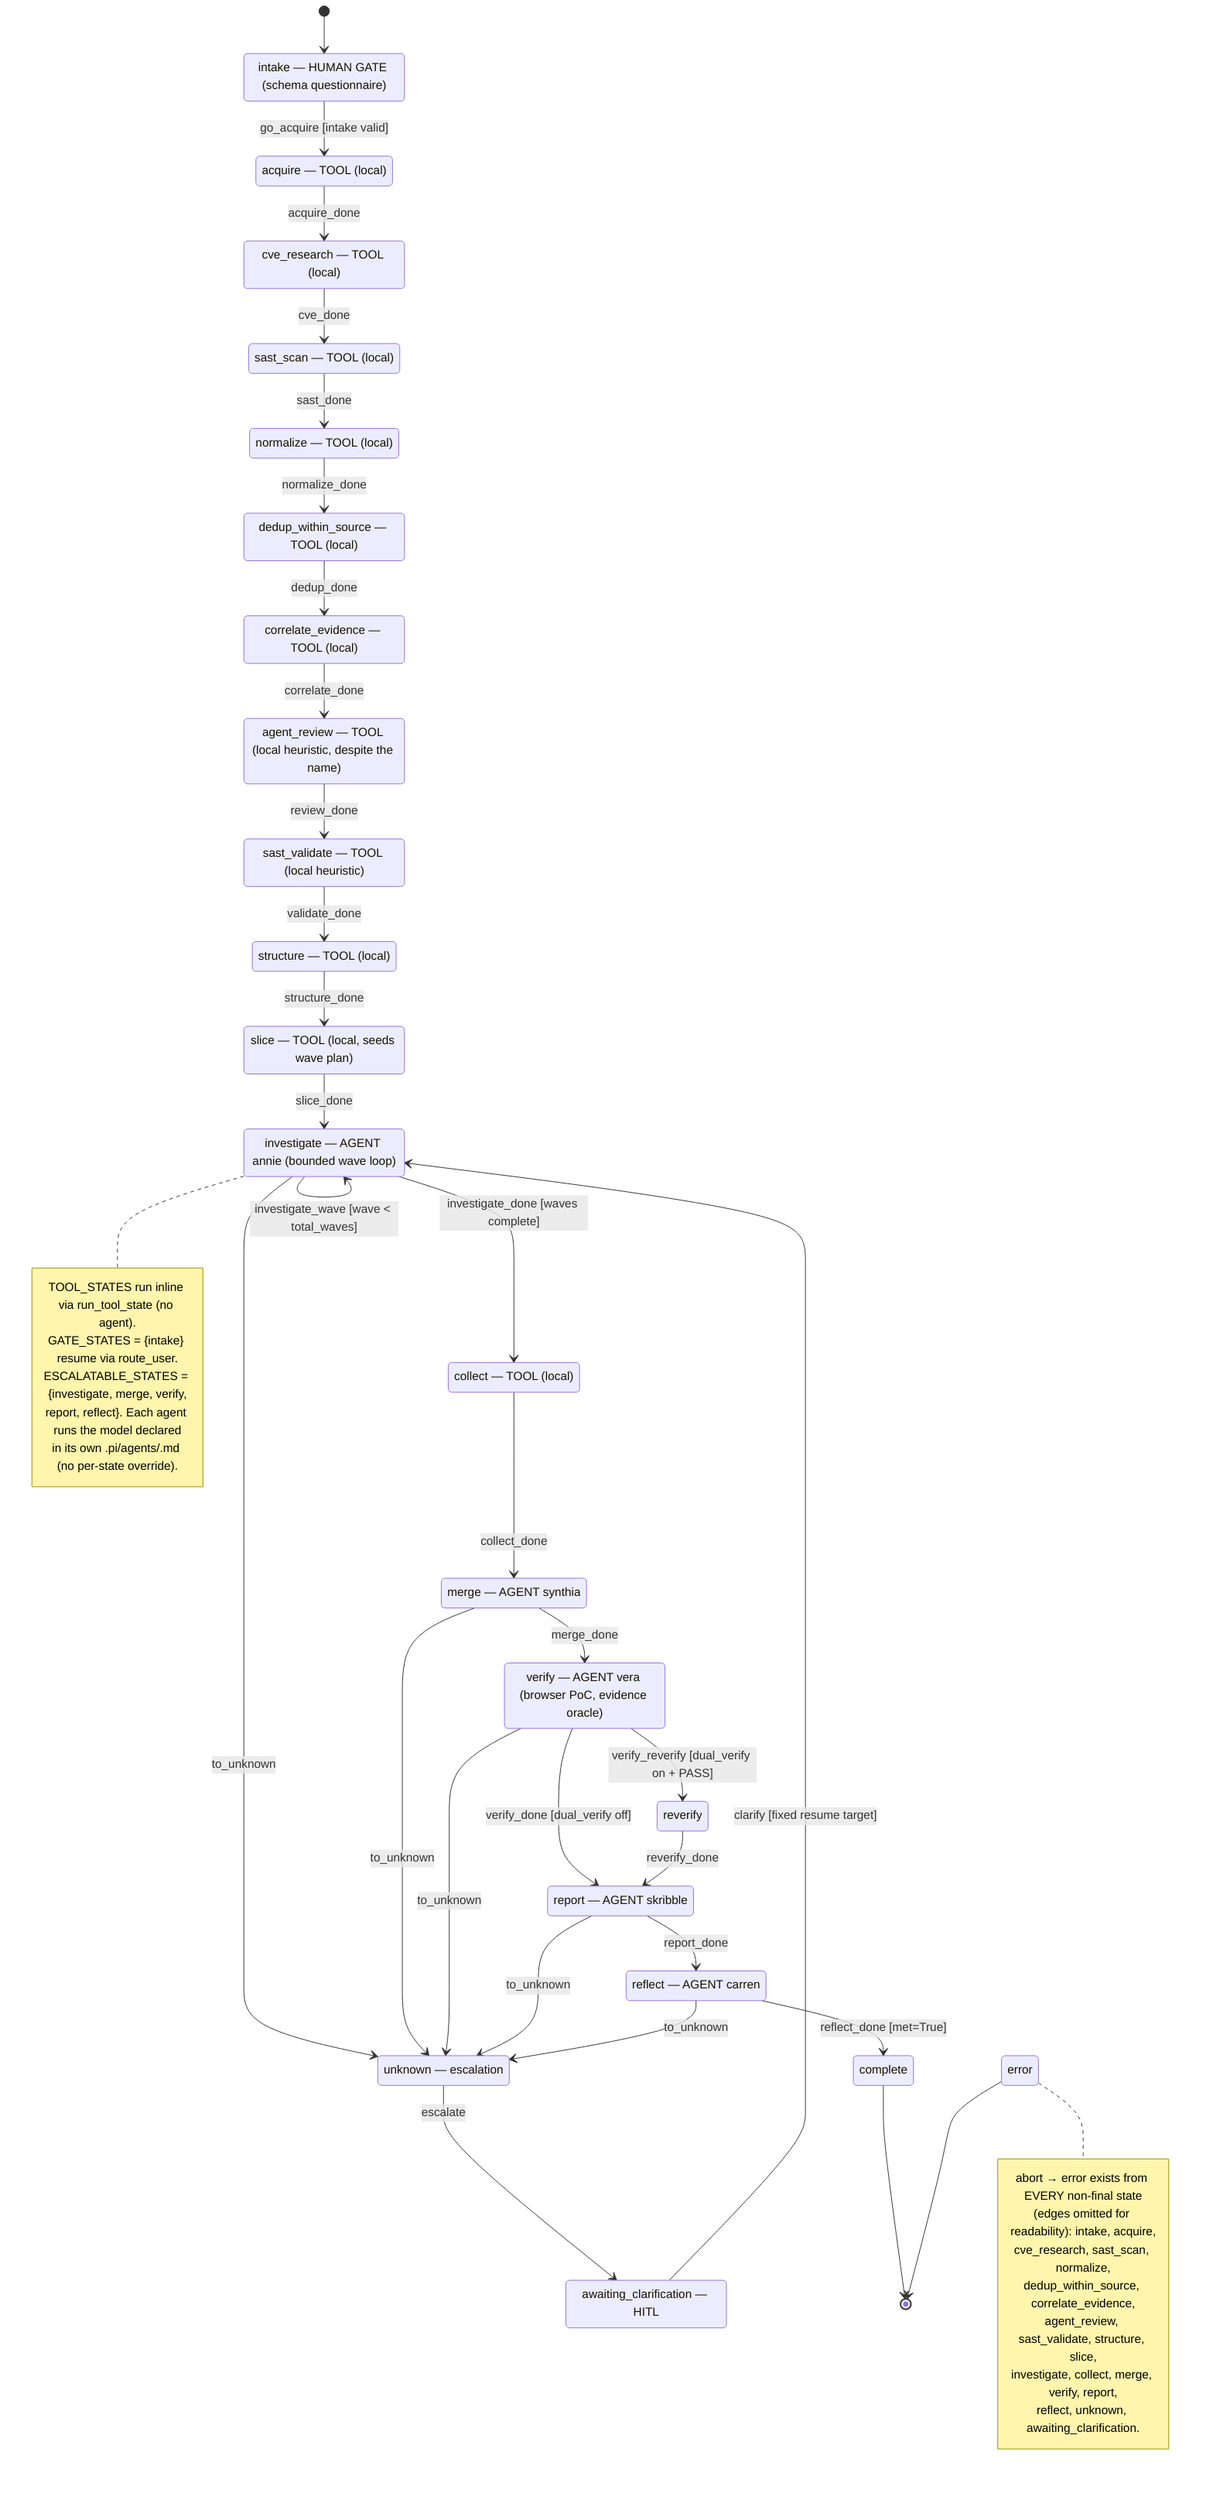
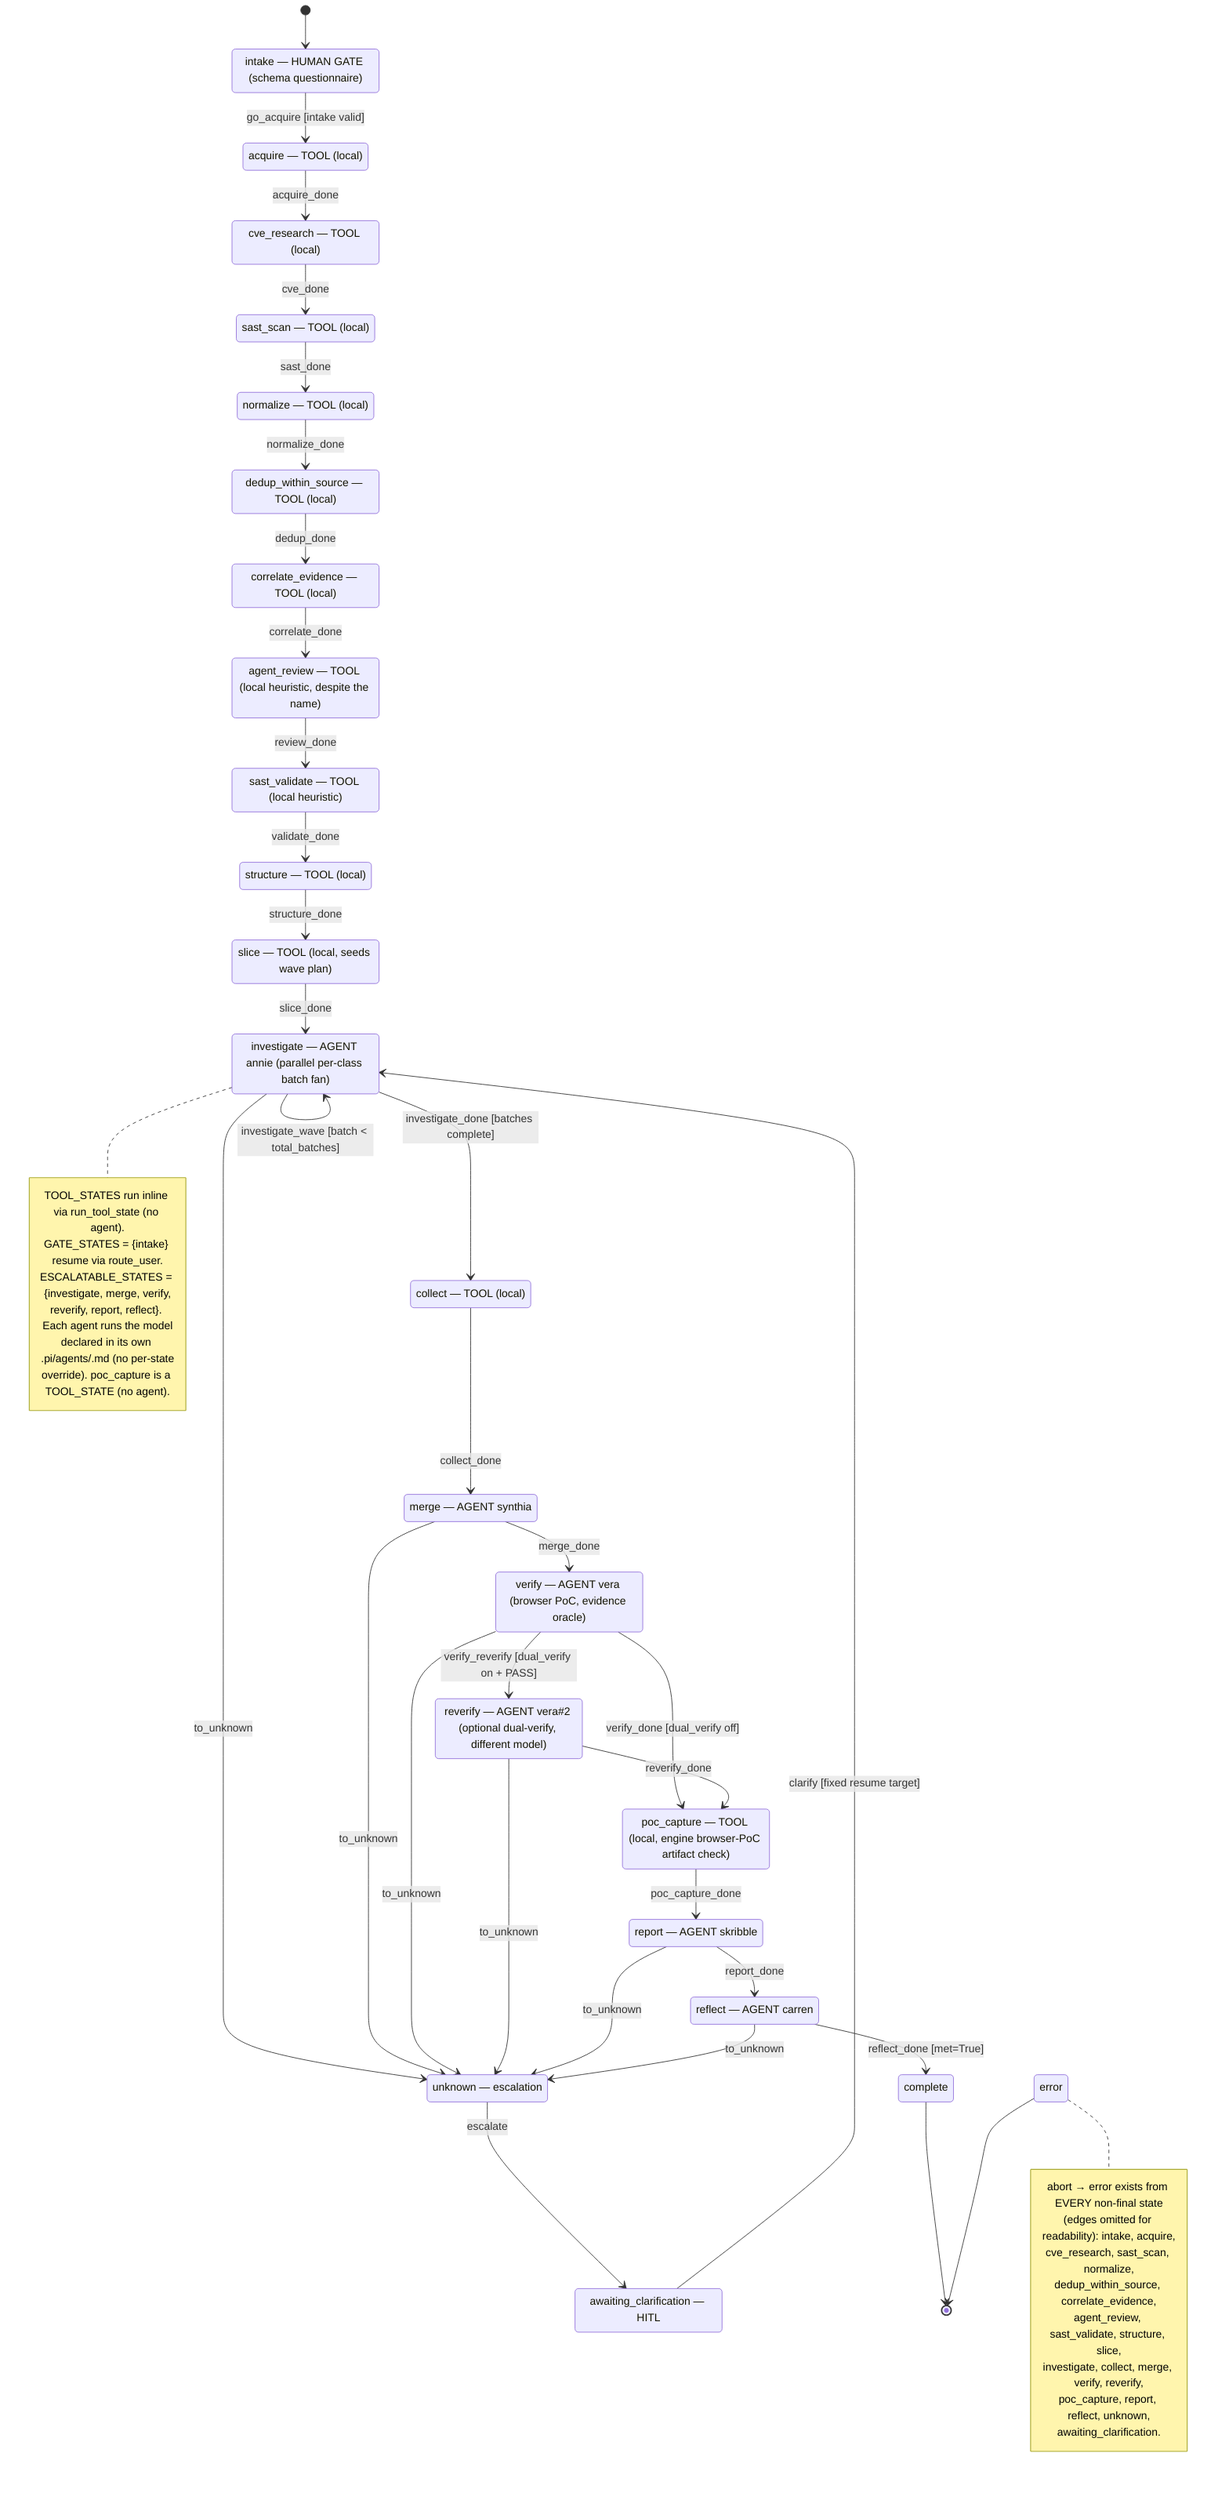
%% jsa FSM — edge-for-edge port of JSAMachine in
%% apps/orchestration/src/orchestration/playbooks/jsa.py
%% State IDs are the verbatim FSM state names. Edge labels are the verbatim
%% FSM event names; [guards] annotate the routing conditions.
stateDiagram-v2
    direction TB

    [*] --> intake

    state "intake — HUMAN GATE (schema questionnaire)" as intake
    state "acquire — TOOL (local)" as acquire
    state "cve_research — TOOL (local)" as cve_research
    state "sast_scan — TOOL (local)" as sast_scan
    state "normalize — TOOL (local)" as normalize
    state "dedup_within_source — TOOL (local)" as dedup_within_source
    state "correlate_evidence — TOOL (local)" as correlate_evidence
    state "agent_review — TOOL (local heuristic, despite the name)" as agent_review
    state "sast_validate — TOOL (local heuristic)" as sast_validate
    state "structure — TOOL (local)" as structure
    state "slice — TOOL (local, seeds wave plan)" as slice
-     state "investigate — AGENT annie (bounded wave loop)" as investigate
+     state "investigate — AGENT annie (parallel per-class batch fan)" as investigate
    state "collect — TOOL (local)" as collect
    state "merge — AGENT synthia" as merge
    state "verify — AGENT vera (browser PoC, evidence oracle)" as verify
+     state "reverify — AGENT vera#2 (optional dual-verify, different model)" as reverify
+     state "poc_capture — TOOL (local, engine browser-PoC artifact check)" as poc_capture
    state "report — AGENT skribble" as report
    state "reflect — AGENT carren" as reflect
    state "unknown — escalation" as unknown
    state "awaiting_clarification — HITL" as awaiting_clarification
    state "complete" as complete
    state "error" as error

    %% Deterministic linear pipeline (one event each)
    intake --> acquire : go_acquire [intake valid]
    acquire --> cve_research : acquire_done
    cve_research --> sast_scan : cve_done
    sast_scan --> normalize : sast_done
    normalize --> dedup_within_source : normalize_done
    dedup_within_source --> correlate_evidence : dedup_done
    correlate_evidence --> agent_review : correlate_done
    agent_review --> sast_validate : review_done
    sast_validate --> structure : validate_done
    structure --> slice : structure_done
    slice --> investigate : slice_done

-     %% INVESTIGATE bounded wave loop
-     investigate --> investigate : investigate_wave [wave < total_waves]
-     %% total_waves = ceil(needs_llm / wave_size); wave_size is a tunable Budget
-     %% (constraints.wave_size, default 10) — no frozen constant. Recall lessons
-     %% seed the first agent directive.
-     investigate --> collect : investigate_done [waves complete]
+     %% INVESTIGATE bounded PARALLEL batch loop (PER-CLASS fan)
+     investigate --> investigate : investigate_wave [batch < total_batches]
+     %% investigate is a PARALLEL fan (dynamic_branches): one annie branch per candidate
+     %% vuln class (fresh context, focused on a single class + its
+     %% assets/references/<class>.md catalog). Branches run in BATCHES of up to
+     %% max_fan_width agents CONCURRENTLY; route_after re-emits the next batch and
+     %% self-transitions until every class is covered, then ONE trailing GENERALIST
+     %% SWEEP batch (novel patterns / logic-auth / cross-class chains).
+     %% total_batches = ceil(len(candidate_classes) / max_fan_width) + 1. max_fan_width
+     %% is a tunable Budget (constraints.max_fan_width, jsa default 5; also the engine's
+     %% fan ceiling). No cap/fold — all classes covered. Recall lessons seed the first
+     %% batch's branch directives.
+     investigate --> collect : investigate_done [batches complete]

    %% Agent tail
    collect --> merge : collect_done
    merge --> verify : merge_done
-     verify --> report : verify_done [dual_verify off]
+     verify --> poc_capture : verify_done [dual_verify off]
    verify --> reverify : verify_reverify [dual_verify on + PASS]
-     reverify --> report : reverify_done
+     reverify --> poc_capture : reverify_done
    %% reverify = a SECOND independent vera (constraints.reverify_model for a
    %% different judge); the report reflects only findings both passes confirm.
+     %% poc_capture (TOOL, local) independently checks for a decodable browser
+     %% screenshot per claimed-verified finding and DEMOTES any that lack one to
+     %% 'unconfirmed' — engine-owned evidence the agent cannot fabricate (T7d).
+     poc_capture --> report : poc_capture_done
    report --> reflect : report_done
    reflect --> complete : reflect_done [met=True]

    %% Escalation seam — agent states only (UNCERTAIN / needs_clarification)
    investigate --> unknown : to_unknown
    merge --> unknown : to_unknown
    verify --> unknown : to_unknown
+     reverify --> unknown : to_unknown
    report --> unknown : to_unknown
    reflect --> unknown : to_unknown
    unknown --> awaiting_clarification : escalate
    awaiting_clarification --> investigate : clarify [fixed resume target]

    complete --> [*]
    error --> [*]

    note right of error
        abort → error exists from EVERY non-final state
        (edges omitted for readability): intake, acquire,
        cve_research, sast_scan, normalize,
        dedup_within_source, correlate_evidence,
        agent_review, sast_validate, structure, slice,
-         investigate, collect, merge, verify, report,
-         reflect, unknown, awaiting_clarification.
+         investigate, collect, merge, verify, reverify,
+         poc_capture, report, reflect, unknown,
+         awaiting_clarification.
    end note

    note right of investigate
        TOOL_STATES run inline via run_tool_state (no agent).
        GATE_STATES = {intake} resume via route_user.
        ESCALATABLE_STATES = {investigate, merge, verify,
-         report, reflect}. Each agent runs the model declared
-         in its own .pi/agents/<name>.md (no per-state override).
+         reverify, report, reflect}. Each agent runs the model
+         declared in its own .pi/agents/<name>.md (no per-state
+         override). poc_capture is a TOOL_STATE (no agent).
    end note
